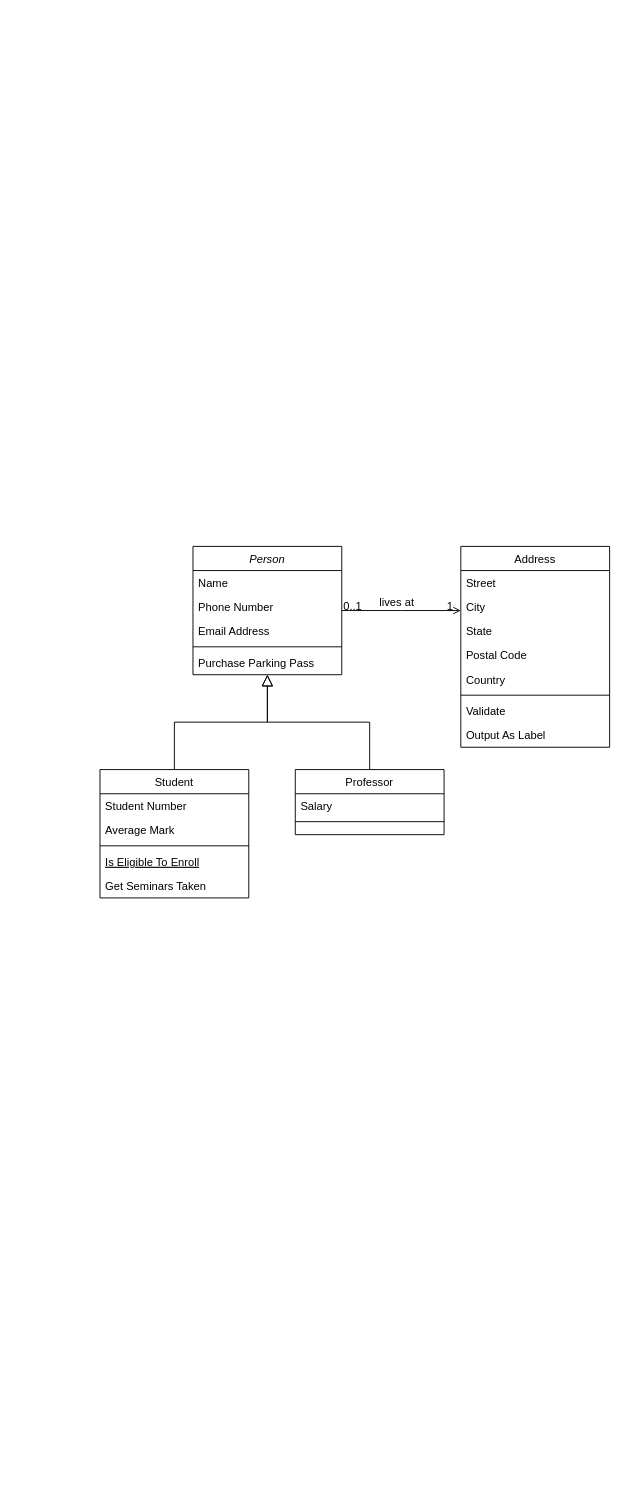
The draw.io diagram gui/ClassDiagram.drawio in Huan-YiShen/QuIN, before the edit. Source tidied: cells renumbered, new cells numbered last; positions are measured from the earlier drawing's top-left corner, leaving out a move shared by most shapes. Both pictures are drawn from the tidied source at 93%, with x=0, y=0 at pixel (100, 546).
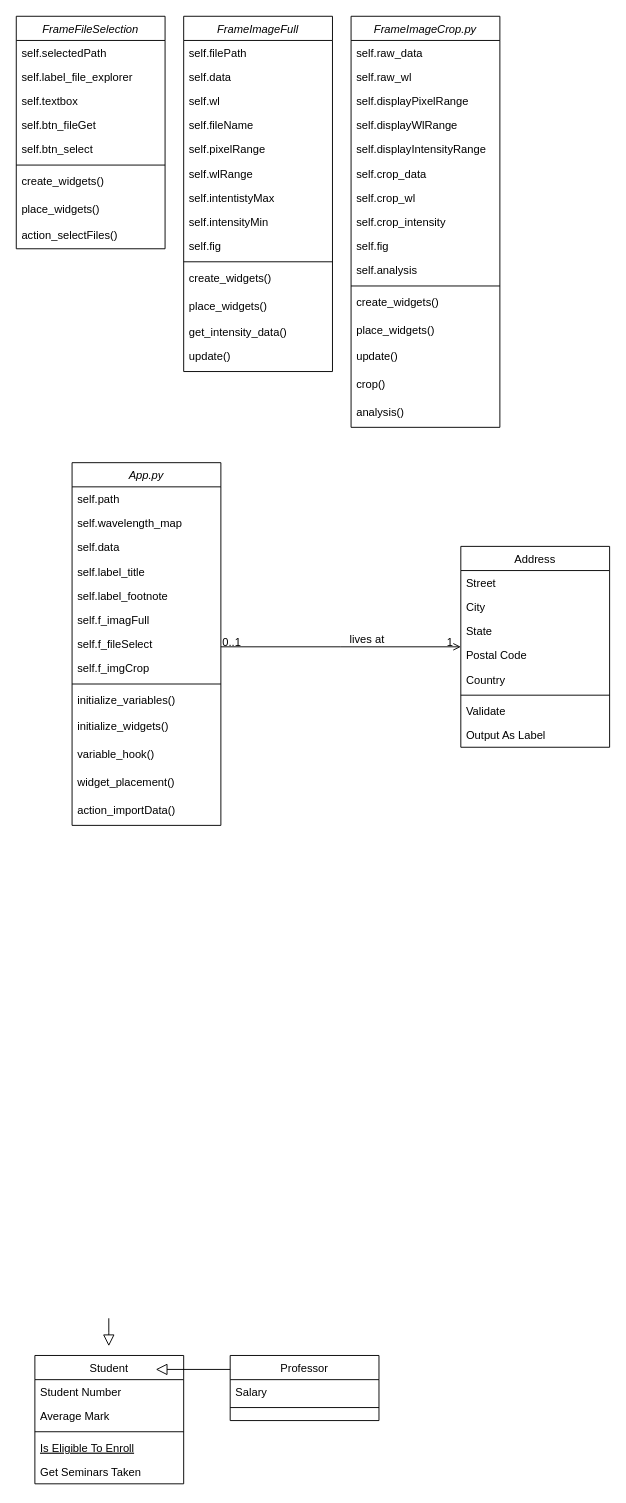
After the change.

Diff of the diagram source:
```diff
@@
-    <mxCell id="2" value="Person" style="swimlane;fontStyle=2;align=center;verticalAlign=top;horizontal=1;startSize=26;rounded=0;shadow=0;strokeWidth=1;" parent="1" vertex="1">
-      <mxGeometry x="100" width="160" height="138" as="geometry" />
+    <mxCell id="2" value="App.py" style="swimlane;fontStyle=2;align=center;verticalAlign=top;horizontal=1;startSize=26;rounded=0;shadow=0;strokeWidth=1;" parent="1" vertex="1">
+      <mxGeometry x="-30" y="-90" width="160" height="390" as="geometry" />
     </mxCell>
-    <mxCell id="3" value="Name" style="text;align=left;verticalAlign=top;spacingLeft=4;spacingRight=4;overflow=hidden;" parent="2" vertex="1">
+    <mxCell id="3" value="self.path" style="text;align=left;verticalAlign=top;spacingLeft=4;spacingRight=4;overflow=hidden;" parent="2" vertex="1">
       <mxGeometry y="26" width="160" height="26" as="geometry" />
     </mxCell>
-    <mxCell id="4" value="Phone Number" style="text;align=left;verticalAlign=top;spacingLeft=4;spacingRight=4;overflow=hidden;rounded=0;shadow=0;html=0;" parent="2" vertex="1">
+    <mxCell id="4" value="self.wavelength_map" style="text;align=left;verticalAlign=top;spacingLeft=4;spacingRight=4;overflow=hidden;rounded=0;shadow=0;html=0;" parent="2" vertex="1">
       <mxGeometry y="52" width="160" height="26" as="geometry" />
     </mxCell>
-    <mxCell id="5" value="Email Address" style="text;align=left;verticalAlign=top;spacingLeft=4;spacingRight=4;overflow=hidden;rounded=0;shadow=0;html=0;" parent="2" vertex="1">
+    <mxCell id="5" value="self.data" style="text;align=left;verticalAlign=top;spacingLeft=4;spacingRight=4;overflow=hidden;rounded=0;shadow=0;html=0;" parent="2" vertex="1">
       <mxGeometry y="78" width="160" height="26" as="geometry" />
     </mxCell>
+    <mxCell id="32" value="self.label_title" style="text;align=left;verticalAlign=top;spacingLeft=4;spacingRight=4;overflow=hidden;rounded=0;shadow=0;html=0;" parent="2" vertex="1">
+      <mxGeometry y="104" width="160" height="26" as="geometry" />
+    </mxCell>
+    <mxCell id="33" value="self.label_footnote" style="text;align=left;verticalAlign=top;spacingLeft=4;spacingRight=4;overflow=hidden;rounded=0;shadow=0;html=0;" parent="2" vertex="1">
+      <mxGeometry y="130" width="160" height="26" as="geometry" />
+    </mxCell>
+    <mxCell id="34" value="self.f_imagFull" style="text;align=left;verticalAlign=top;spacingLeft=4;spacingRight=4;overflow=hidden;rounded=0;shadow=0;html=0;" parent="2" vertex="1">
+      <mxGeometry y="156" width="160" height="26" as="geometry" />
+    </mxCell>
+    <mxCell id="35" value="self.f_fileSelect" style="text;align=left;verticalAlign=top;spacingLeft=4;spacingRight=4;overflow=hidden;rounded=0;shadow=0;html=0;" parent="2" vertex="1">
+      <mxGeometry y="182" width="160" height="26" as="geometry" />
+    </mxCell>
+    <mxCell id="36" value="self.f_imgCrop" style="text;align=left;verticalAlign=top;spacingLeft=4;spacingRight=4;overflow=hidden;rounded=0;shadow=0;html=0;" parent="2" vertex="1">
+      <mxGeometry y="208" width="160" height="26" as="geometry" />
+    </mxCell>
     <mxCell id="6" style="line;html=1;strokeWidth=1;align=left;verticalAlign=middle;spacingTop=-1;spacingLeft=3;spacingRight=3;labelPosition=right;" parent="2" vertex="1">
-      <mxGeometry y="104" width="160" height="8" as="geometry" />
+      <mxGeometry y="234" width="160" height="8" as="geometry" />
     </mxCell>
-    <mxCell id="7" value="Purchase Parking Pass" style="text;align=left;verticalAlign=top;spacingLeft=4;spacingRight=4;overflow=hidden;" parent="2" vertex="1">
-      <mxGeometry y="112" width="160" height="26" as="geometry" />
+    <mxCell id="7" value="initialize_variables()&#10;" style="text;align=left;verticalAlign=top;spacingLeft=4;spacingRight=4;overflow=hidden;" parent="2" vertex="1">
+      <mxGeometry y="242" width="160" height="28" as="geometry" />
     </mxCell>
+    <mxCell id="37" value="initialize_widgets()" style="text;align=left;verticalAlign=top;spacingLeft=4;spacingRight=4;overflow=hidden;" parent="2" vertex="1">
+      <mxGeometry y="270" width="160" height="30" as="geometry" />
+    </mxCell>
+    <mxCell id="38" value="variable_hook()" style="text;align=left;verticalAlign=top;spacingLeft=4;spacingRight=4;overflow=hidden;" parent="2" vertex="1">
+      <mxGeometry y="300" width="160" height="30" as="geometry" />
+    </mxCell>
+    <mxCell id="39" value="widget_placement()" style="text;align=left;verticalAlign=top;spacingLeft=4;spacingRight=4;overflow=hidden;" parent="2" vertex="1">
+      <mxGeometry y="330" width="160" height="30" as="geometry" />
+    </mxCell>
+    <mxCell id="40" value="action_importData()" style="text;align=left;verticalAlign=top;spacingLeft=4;spacingRight=4;overflow=hidden;" parent="2" vertex="1">
+      <mxGeometry y="360" width="160" height="30" as="geometry" />
+    </mxCell>
     <mxCell id="8" value="Student" style="swimlane;fontStyle=0;align=center;verticalAlign=top;horizontal=1;startSize=26;rounded=0;shadow=0;strokeWidth=1;" parent="1" vertex="1">
-      <mxGeometry y="240" width="160" height="138" as="geometry" />
+      <mxGeometry x="-70" y="870" width="160" height="138" as="geometry" />
     </mxCell>
@@
-    <mxCell id="14" style="endArrow=block;endSize=10;endFill=0;shadow=0;strokeWidth=1;rounded=0;curved=0;edgeStyle=elbowEdgeStyle;elbow=vertical;" parent="1" edge="1" source="8" target="2">
-      <mxGeometry relative="1" as="geometry" />
+    <mxCell id="14" style="endArrow=block;endSize=10;endFill=0;shadow=0;strokeWidth=1;rounded=0;curved=0;edgeStyle=elbowEdgeStyle;elbow=vertical;" parent="1" edge="1">
+      <mxGeometry relative="1" as="geometry">
+        <mxPoint x="9.5" y="830" as="sourcePoint" />
+        <mxPoint x="9.5" y="860" as="targetPoint" />
+      </mxGeometry>
     </mxCell>
     <mxCell id="15" value="Professor" style="swimlane;fontStyle=0;align=center;verticalAlign=top;horizontal=1;startSize=26;rounded=0;shadow=0;strokeWidth=1;" parent="1" vertex="1">
-      <mxGeometry x="210" y="240" width="160" height="70" as="geometry" />
+      <mxGeometry x="140" y="870" width="160" height="70" as="geometry" />
     </mxCell>
@@
-    <mxCell id="18" style="endArrow=block;endSize=10;endFill=0;shadow=0;strokeWidth=1;rounded=0;curved=0;edgeStyle=elbowEdgeStyle;elbow=vertical;" parent="1" edge="1" source="15" target="2">
-      <mxGeometry relative="1" as="geometry" />
+    <mxCell id="18" style="endArrow=block;endSize=10;endFill=0;shadow=0;strokeWidth=1;rounded=0;curved=0;edgeStyle=elbowEdgeStyle;elbow=vertical;" parent="1" edge="1" source="15">
+      <mxGeometry relative="1" as="geometry">
+        <mxPoint x="60" y="885.1" as="targetPoint" />
+      </mxGeometry>
     </mxCell>
@@
+    <mxCell id="41" value="FrameImageCrop.py" style="swimlane;fontStyle=2;align=center;verticalAlign=top;horizontal=1;startSize=26;rounded=0;shadow=0;strokeWidth=1;" parent="1" vertex="1">
+      <mxGeometry x="270" y="-570" width="160" height="442" as="geometry" />
+    </mxCell>
+    <mxCell id="42" value="self.raw_data" style="text;align=left;verticalAlign=top;spacingLeft=4;spacingRight=4;overflow=hidden;" parent="41" vertex="1">
+      <mxGeometry y="26" width="160" height="26" as="geometry" />
+    </mxCell>
+    <mxCell id="43" value="self.raw_wl&#10;" style="text;align=left;verticalAlign=top;spacingLeft=4;spacingRight=4;overflow=hidden;rounded=0;shadow=0;html=0;" parent="41" vertex="1">
+      <mxGeometry y="52" width="160" height="26" as="geometry" />
+    </mxCell>
+    <mxCell id="44" value="self.displayPixelRange" style="text;align=left;verticalAlign=top;spacingLeft=4;spacingRight=4;overflow=hidden;rounded=0;shadow=0;html=0;" parent="41" vertex="1">
+      <mxGeometry y="78" width="160" height="26" as="geometry" />
+    </mxCell>
+    <mxCell id="45" value="self.displayWlRange" style="text;align=left;verticalAlign=top;spacingLeft=4;spacingRight=4;overflow=hidden;rounded=0;shadow=0;html=0;" parent="41" vertex="1">
+      <mxGeometry y="104" width="160" height="26" as="geometry" />
+    </mxCell>
+    <mxCell id="46" value="self.displayIntensityRange" style="text;align=left;verticalAlign=top;spacingLeft=4;spacingRight=4;overflow=hidden;rounded=0;shadow=0;html=0;" parent="41" vertex="1">
+      <mxGeometry y="130" width="160" height="26" as="geometry" />
+    </mxCell>
+    <mxCell id="47" value="self.crop_data" style="text;align=left;verticalAlign=top;spacingLeft=4;spacingRight=4;overflow=hidden;rounded=0;shadow=0;html=0;" parent="41" vertex="1">
+      <mxGeometry y="156" width="160" height="26" as="geometry" />
+    </mxCell>
+    <mxCell id="48" value="self.crop_wl" style="text;align=left;verticalAlign=top;spacingLeft=4;spacingRight=4;overflow=hidden;rounded=0;shadow=0;html=0;" parent="41" vertex="1">
+      <mxGeometry y="182" width="160" height="26" as="geometry" />
+    </mxCell>
+    <mxCell id="49" value="self.crop_intensity" style="text;align=left;verticalAlign=top;spacingLeft=4;spacingRight=4;overflow=hidden;rounded=0;shadow=0;html=0;" parent="41" vertex="1">
+      <mxGeometry y="208" width="160" height="26" as="geometry" />
+    </mxCell>
+    <mxCell id="50" value="self.fig" style="text;align=left;verticalAlign=top;spacingLeft=4;spacingRight=4;overflow=hidden;rounded=0;shadow=0;html=0;" parent="41" vertex="1">
+      <mxGeometry y="234" width="160" height="26" as="geometry" />
+    </mxCell>
+    <mxCell id="51" value="self.analysis" style="text;align=left;verticalAlign=top;spacingLeft=4;spacingRight=4;overflow=hidden;rounded=0;shadow=0;html=0;" parent="41" vertex="1">
+      <mxGeometry y="260" width="160" height="26" as="geometry" />
+    </mxCell>
+    <mxCell id="52" style="line;html=1;strokeWidth=1;align=left;verticalAlign=middle;spacingTop=-1;spacingLeft=3;spacingRight=3;labelPosition=right;" parent="41" vertex="1">
+      <mxGeometry y="286" width="160" height="8" as="geometry" />
+    </mxCell>
+    <mxCell id="53" value="create_widgets()" style="text;align=left;verticalAlign=top;spacingLeft=4;spacingRight=4;overflow=hidden;" parent="41" vertex="1">
+      <mxGeometry y="294" width="160" height="30" as="geometry" />
+    </mxCell>
+    <mxCell id="54" value="place_widgets()" style="text;align=left;verticalAlign=top;spacingLeft=4;spacingRight=4;overflow=hidden;" parent="41" vertex="1">
+      <mxGeometry y="324" width="160" height="28" as="geometry" />
+    </mxCell>
+    <mxCell id="55" value="update()" style="text;align=left;verticalAlign=top;spacingLeft=4;spacingRight=4;overflow=hidden;" parent="41" vertex="1">
+      <mxGeometry y="352" width="160" height="30" as="geometry" />
+    </mxCell>
+    <mxCell id="56" value="crop()" style="text;align=left;verticalAlign=top;spacingLeft=4;spacingRight=4;overflow=hidden;" parent="41" vertex="1">
+      <mxGeometry y="382" width="160" height="30" as="geometry" />
+    </mxCell>
+    <mxCell id="57" value="analysis()" style="text;align=left;verticalAlign=top;spacingLeft=4;spacingRight=4;overflow=hidden;" parent="41" vertex="1">
+      <mxGeometry y="412" width="160" height="30" as="geometry" />
+    </mxCell>
+    <mxCell id="58" value="FrameImageFull" style="swimlane;fontStyle=2;align=center;verticalAlign=top;horizontal=1;startSize=26;rounded=0;shadow=0;strokeWidth=1;" parent="1" vertex="1">
+      <mxGeometry x="90" y="-570" width="160" height="382" as="geometry" />
+    </mxCell>
+    <mxCell id="59" value="self.filePath" style="text;align=left;verticalAlign=top;spacingLeft=4;spacingRight=4;overflow=hidden;" parent="58" vertex="1">
+      <mxGeometry y="26" width="160" height="26" as="geometry" />
+    </mxCell>
+    <mxCell id="60" value="self.data" style="text;align=left;verticalAlign=top;spacingLeft=4;spacingRight=4;overflow=hidden;rounded=0;shadow=0;html=0;" parent="58" vertex="1">
+      <mxGeometry y="52" width="160" height="26" as="geometry" />
+    </mxCell>
+    <mxCell id="61" value="self.wl" style="text;align=left;verticalAlign=top;spacingLeft=4;spacingRight=4;overflow=hidden;rounded=0;shadow=0;html=0;" parent="58" vertex="1">
+      <mxGeometry y="78" width="160" height="26" as="geometry" />
+    </mxCell>
+    <mxCell id="62" value="self.fileName" style="text;align=left;verticalAlign=top;spacingLeft=4;spacingRight=4;overflow=hidden;rounded=0;shadow=0;html=0;" parent="58" vertex="1">
+      <mxGeometry y="104" width="160" height="26" as="geometry" />
+    </mxCell>
+    <mxCell id="63" value="self.pixelRange" style="text;align=left;verticalAlign=top;spacingLeft=4;spacingRight=4;overflow=hidden;rounded=0;shadow=0;html=0;" parent="58" vertex="1">
+      <mxGeometry y="130" width="160" height="26" as="geometry" />
+    </mxCell>
+    <mxCell id="64" value="self.wlRange" style="text;align=left;verticalAlign=top;spacingLeft=4;spacingRight=4;overflow=hidden;rounded=0;shadow=0;html=0;" parent="58" vertex="1">
+      <mxGeometry y="156" width="160" height="26" as="geometry" />
+    </mxCell>
+    <mxCell id="65" value="self.intentistyMax" style="text;align=left;verticalAlign=top;spacingLeft=4;spacingRight=4;overflow=hidden;rounded=0;shadow=0;html=0;" parent="58" vertex="1">
+      <mxGeometry y="182" width="160" height="26" as="geometry" />
+    </mxCell>
+    <mxCell id="66" value="self.intensityMin" style="text;align=left;verticalAlign=top;spacingLeft=4;spacingRight=4;overflow=hidden;rounded=0;shadow=0;html=0;" parent="58" vertex="1">
+      <mxGeometry y="208" width="160" height="26" as="geometry" />
+    </mxCell>
+    <mxCell id="67" value="self.fig" style="text;align=left;verticalAlign=top;spacingLeft=4;spacingRight=4;overflow=hidden;rounded=0;shadow=0;html=0;" parent="58" vertex="1">
+      <mxGeometry y="234" width="160" height="26" as="geometry" />
+    </mxCell>
+    <mxCell id="68" style="line;html=1;strokeWidth=1;align=left;verticalAlign=middle;spacingTop=-1;spacingLeft=3;spacingRight=3;labelPosition=right;" parent="58" vertex="1">
+      <mxGeometry y="260" width="160" height="8" as="geometry" />
+    </mxCell>
+    <mxCell id="69" value="create_widgets()" style="text;align=left;verticalAlign=top;spacingLeft=4;spacingRight=4;overflow=hidden;" parent="58" vertex="1">
+      <mxGeometry y="268" width="160" height="30" as="geometry" />
+    </mxCell>
+    <mxCell id="70" value="place_widgets()" style="text;align=left;verticalAlign=top;spacingLeft=4;spacingRight=4;overflow=hidden;" parent="58" vertex="1">
+      <mxGeometry y="298" width="160" height="28" as="geometry" />
+    </mxCell>
+    <mxCell id="71" value="get_intensity_data()" style="text;align=left;verticalAlign=top;spacingLeft=4;spacingRight=4;overflow=hidden;rounded=0;shadow=0;html=0;" parent="58" vertex="1">
+      <mxGeometry y="326" width="160" height="26" as="geometry" />
+    </mxCell>
+    <mxCell id="72" value="update()" style="text;align=left;verticalAlign=top;spacingLeft=4;spacingRight=4;overflow=hidden;" parent="58" vertex="1">
+      <mxGeometry y="352" width="160" height="30" as="geometry" />
+    </mxCell>
+    <mxCell id="73" value="FrameFileSelection" style="swimlane;fontStyle=2;align=center;verticalAlign=top;horizontal=1;startSize=26;rounded=0;shadow=0;strokeWidth=1;" parent="1" vertex="1">
+      <mxGeometry x="-90" y="-570" width="160" height="250" as="geometry" />
+    </mxCell>
+    <mxCell id="74" value="self.selectedPath" style="text;align=left;verticalAlign=top;spacingLeft=4;spacingRight=4;overflow=hidden;" parent="73" vertex="1">
+      <mxGeometry y="26" width="160" height="26" as="geometry" />
+    </mxCell>
+    <mxCell id="75" value="self.label_file_explorer" style="text;align=left;verticalAlign=top;spacingLeft=4;spacingRight=4;overflow=hidden;rounded=0;shadow=0;html=0;" parent="73" vertex="1">
+      <mxGeometry y="52" width="160" height="26" as="geometry" />
+    </mxCell>
+    <mxCell id="76" value="self.textbox" style="text;align=left;verticalAlign=top;spacingLeft=4;spacingRight=4;overflow=hidden;rounded=0;shadow=0;html=0;" parent="73" vertex="1">
+      <mxGeometry y="78" width="160" height="26" as="geometry" />
+    </mxCell>
+    <mxCell id="77" value="self.btn_fileGet" style="text;align=left;verticalAlign=top;spacingLeft=4;spacingRight=4;overflow=hidden;rounded=0;shadow=0;html=0;" parent="73" vertex="1">
+      <mxGeometry y="104" width="160" height="26" as="geometry" />
+    </mxCell>
+    <mxCell id="78" value="self.btn_select" style="text;align=left;verticalAlign=top;spacingLeft=4;spacingRight=4;overflow=hidden;rounded=0;shadow=0;html=0;" parent="73" vertex="1">
+      <mxGeometry y="130" width="160" height="26" as="geometry" />
+    </mxCell>
+    <mxCell id="79" style="line;html=1;strokeWidth=1;align=left;verticalAlign=middle;spacingTop=-1;spacingLeft=3;spacingRight=3;labelPosition=right;" parent="73" vertex="1">
+      <mxGeometry y="156" width="160" height="8" as="geometry" />
+    </mxCell>
+    <mxCell id="80" value="create_widgets()" style="text;align=left;verticalAlign=top;spacingLeft=4;spacingRight=4;overflow=hidden;" parent="73" vertex="1">
+      <mxGeometry y="164" width="160" height="30" as="geometry" />
+    </mxCell>
+    <mxCell id="81" value="place_widgets()" style="text;align=left;verticalAlign=top;spacingLeft=4;spacingRight=4;overflow=hidden;" parent="73" vertex="1">
+      <mxGeometry y="194" width="160" height="28" as="geometry" />
+    </mxCell>
+    <mxCell id="82" value="action_selectFiles()" style="text;align=left;verticalAlign=top;spacingLeft=4;spacingRight=4;overflow=hidden;rounded=0;shadow=0;html=0;" parent="73" vertex="1">
+      <mxGeometry y="222" width="160" height="26" as="geometry" />
+    </mxCell>
```
